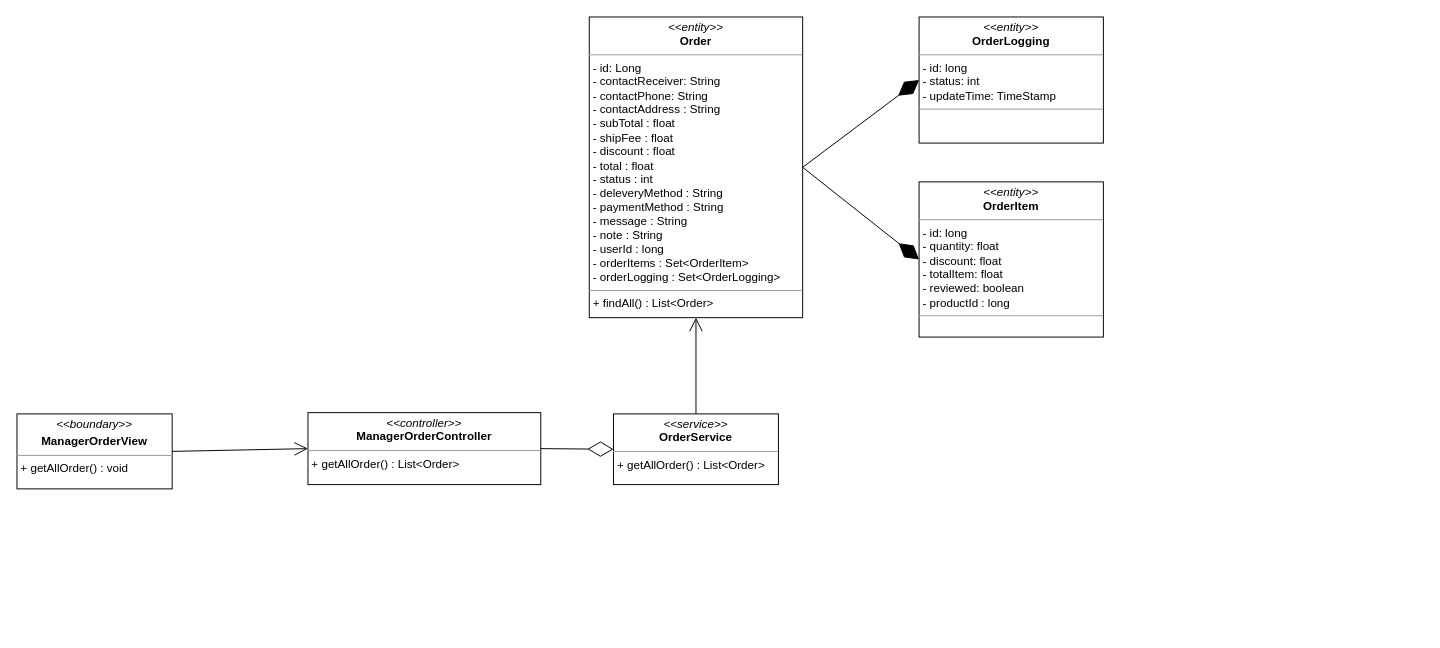
Earlier version of the draw.io diagram class diagram/manager-order-class-diagram.drawio (nguyenphamvan/datn_20202). Source tidied: cells renumbered, new cells numbered last; positions are measured from the earlier drawing's top-left corner, leaving out a move shared by most shapes. Both pictures are drawn from the tidied source at 97%, with x=0, y=0 at pixel (16, 16).
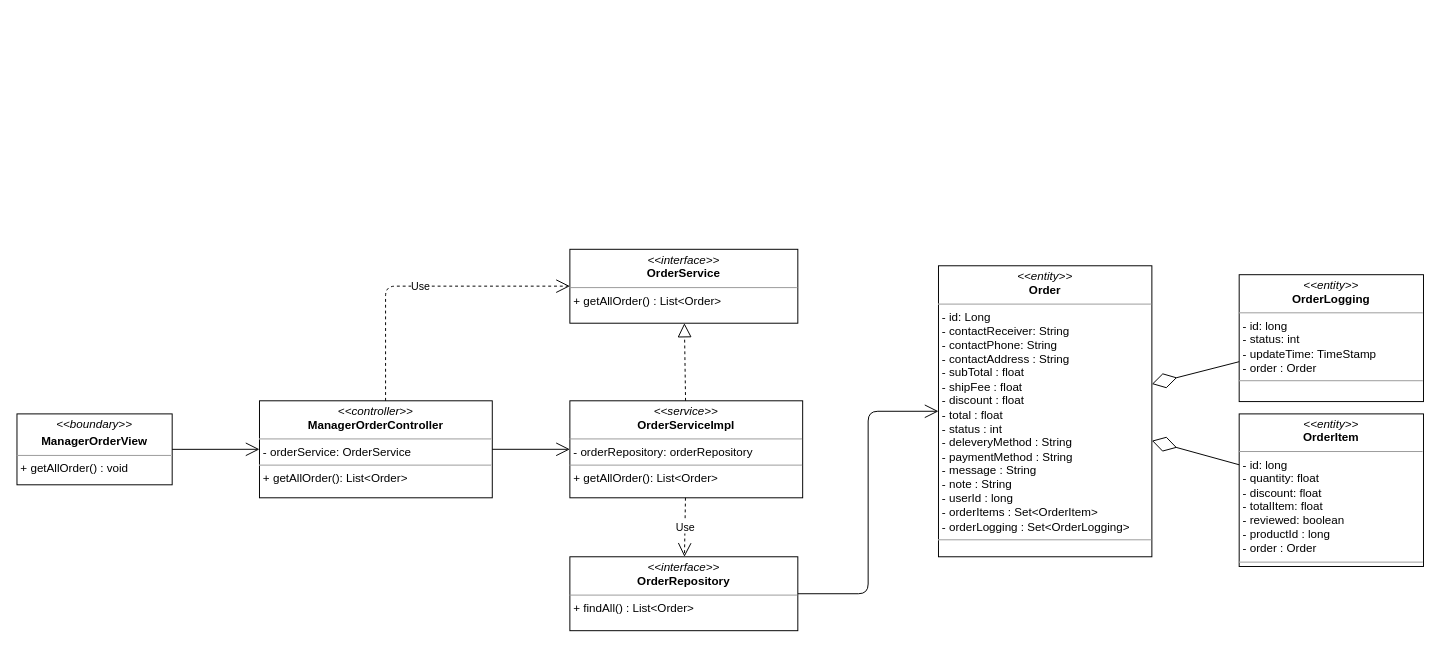
The same diagram, later.

Change to the diagram source:
```diff
@@
 <mxGraphModel>
   <root>
     <mxCell id="0" />
     <mxCell id="1" parent="0" />
-    <mxCell id="2" value="&lt;p style=&quot;margin: 0px ; margin-top: 4px ; text-align: center&quot;&gt;&lt;i&gt;&amp;lt;&amp;lt;boundary&amp;gt;&amp;gt;&lt;/i&gt;&lt;/p&gt;&lt;p style=&quot;margin: 0px ; margin-top: 4px ; text-align: center&quot;&gt;&lt;b&gt;ManagerOrderView&lt;/b&gt;&lt;/p&gt;&lt;hr size=&quot;1&quot;&gt;&lt;p style=&quot;margin: 0px ; margin-left: 4px&quot;&gt;&lt;span&gt;+ getAllOrder() : void&lt;/span&gt;&lt;/p&gt;" style="verticalAlign=top;align=left;overflow=fill;fontSize=12;fontFamily=Helvetica;html=1;" parent="1" vertex="1">
-      <mxGeometry y="409.2" width="160" height="77.3" as="geometry" />
+    <mxCell id="2" value="&lt;p style=&quot;margin: 0px ; margin-top: 4px ; text-align: center&quot;&gt;&lt;i&gt;&amp;lt;&amp;lt;boundary&amp;gt;&amp;gt;&lt;/i&gt;&lt;/p&gt;&lt;p style=&quot;margin: 0px ; margin-top: 4px ; text-align: center&quot;&gt;&lt;b&gt;ManagerOrderView&lt;/b&gt;&lt;/p&gt;&lt;hr size=&quot;1&quot;&gt;&lt;p style=&quot;margin: 0px ; margin-left: 4px&quot;&gt;&lt;span&gt;+ getAllOrder() : void&lt;/span&gt;&lt;br&gt;&lt;/p&gt;" style="verticalAlign=top;align=left;overflow=fill;fontSize=12;fontFamily=Helvetica;html=1;" parent="1" vertex="1">
+      <mxGeometry y="409.2" width="160" height="73.1" as="geometry" />
     </mxCell>
-    <mxCell id="3" value="&lt;p style=&quot;margin: 0px ; margin-top: 4px ; text-align: center&quot;&gt;&lt;i&gt;&amp;lt;&amp;lt;controller&amp;gt;&amp;gt;&lt;/i&gt;&lt;br&gt;&lt;b&gt;ManagerOrderController&lt;/b&gt;&lt;/p&gt;&lt;hr size=&quot;1&quot;&gt;&lt;p style=&quot;margin: 0px ; margin-left: 4px&quot;&gt;&lt;span&gt;+ getAllOrder() : List&amp;lt;Order&amp;gt;&lt;/span&gt;&lt;/p&gt;" style="verticalAlign=top;align=left;overflow=fill;fontSize=12;fontFamily=Helvetica;html=1;" parent="1" vertex="1">
-      <mxGeometry x="300" y="407.9" width="240" height="74.2" as="geometry" />
-    </mxCell>
-    <mxCell id="4" value="&lt;p style=&quot;margin: 0px ; margin-top: 4px ; text-align: center&quot;&gt;&lt;i&gt;&amp;lt;&amp;lt;service&amp;gt;&amp;gt;&lt;/i&gt;&lt;br&gt;&lt;b&gt;OrderService&lt;/b&gt;&lt;/p&gt;&lt;hr size=&quot;1&quot;&gt;&lt;p style=&quot;margin: 0px ; margin-left: 4px&quot;&gt;&lt;span&gt;+ getAllOrder() : List&amp;lt;Order&amp;gt;&lt;/span&gt;&lt;/p&gt;" style="verticalAlign=top;align=left;overflow=fill;fontSize=12;fontFamily=Helvetica;html=1;" parent="1" vertex="1">
-      <mxGeometry x="615" y="409.2" width="170" height="72.9" as="geometry" />
-    </mxCell>
-    <mxCell id="5" style="endArrow=open;endFill=1;endSize=12;html=1;entryX=0;entryY=0.5;entryDx=0;entryDy=0;exitX=1;exitY=0.5;exitDx=0;exitDy=0;" parent="1" edge="1" source="2" target="3">
-      <mxGeometry relative="1" as="geometry" />
-    </mxCell>
-    <mxCell id="6" style="endArrow=diamondThin;endFill=0;endSize=24;html=1;entryX=0;entryY=0.5;entryDx=0;entryDy=0;exitX=1;exitY=0.5;exitDx=0;exitDy=0;" parent="1" edge="1" source="3" target="4">
-      <mxGeometry relative="1" as="geometry" />
-    </mxCell>
-    <mxCell id="7" style="endArrow=open;endFill=1;endSize=12;html=1;exitX=0.5;exitY=0;exitDx=0;exitDy=0;entryX=0.5;entryY=1;entryDx=0;entryDy=0;" parent="1" edge="1" source="4" target="8">
-      <mxGeometry relative="1" as="geometry" />
-    </mxCell>
-    <mxCell id="8" value="&lt;p style=&quot;margin: 0px ; margin-top: 4px ; text-align: center&quot;&gt;&lt;i&gt;&amp;lt;&amp;lt;entity&amp;gt;&amp;gt;&lt;/i&gt;&lt;br&gt;&lt;b&gt;Order&lt;/b&gt;&lt;/p&gt;&lt;hr size=&quot;1&quot;&gt;&lt;p style=&quot;margin: 0px ; margin-left: 4px&quot;&gt;- id: Long&lt;/p&gt;&lt;p style=&quot;margin: 0px 0px 0px 4px&quot;&gt;- contactReceiver: String&lt;br&gt;- contactPhone: String&lt;/p&gt;&lt;p style=&quot;margin: 0px 0px 0px 4px&quot;&gt;- contactAddress : String&lt;/p&gt;&lt;p style=&quot;margin: 0px 0px 0px 4px&quot;&gt;- subTotal : float&lt;/p&gt;&lt;p style=&quot;margin: 0px 0px 0px 4px&quot;&gt;- shipFee : float&lt;/p&gt;&lt;p style=&quot;margin: 0px 0px 0px 4px&quot;&gt;- discount : float&lt;/p&gt;&lt;p style=&quot;margin: 0px 0px 0px 4px&quot;&gt;- total : float&lt;/p&gt;&lt;p style=&quot;margin: 0px 0px 0px 4px&quot;&gt;- status : int&lt;/p&gt;&lt;p style=&quot;margin: 0px 0px 0px 4px&quot;&gt;- deleveryMethod : String&lt;/p&gt;&lt;p style=&quot;margin: 0px 0px 0px 4px&quot;&gt;- paymentMethod : String&lt;/p&gt;&lt;p style=&quot;margin: 0px 0px 0px 4px&quot;&gt;- message : String&lt;/p&gt;&lt;p style=&quot;margin: 0px 0px 0px 4px&quot;&gt;- note : String&lt;/p&gt;&lt;p style=&quot;margin: 0px 0px 0px 4px&quot;&gt;- userId : long&lt;/p&gt;&lt;p style=&quot;margin: 0px 0px 0px 4px&quot;&gt;- orderItems : Set&amp;lt;OrderItem&amp;gt;&lt;/p&gt;&lt;p style=&quot;margin: 0px 0px 0px 4px&quot;&gt;- orderLogging : Set&amp;lt;OrderLogging&amp;gt;&amp;nbsp;&lt;/p&gt;&lt;hr size=&quot;1&quot;&gt;&lt;p style=&quot;margin: 0px ; margin-left: 4px&quot;&gt;+ findAll() : List&amp;lt;Order&amp;gt;&lt;/p&gt;" style="verticalAlign=top;align=left;overflow=fill;fontSize=12;fontFamily=Helvetica;html=1;" parent="1" vertex="1">
-      <mxGeometry x="590" width="220" height="310" as="geometry" />
-    </mxCell>
-    <mxCell id="9" value="&lt;p style=&quot;margin: 0px ; margin-top: 4px ; text-align: center&quot;&gt;&lt;i&gt;&amp;lt;&amp;lt;entity&amp;gt;&amp;gt;&lt;/i&gt;&lt;br&gt;&lt;b&gt;OrderItem&lt;/b&gt;&lt;/p&gt;&lt;hr size=&quot;1&quot;&gt;&lt;p style=&quot;margin: 0px ; margin-left: 4px&quot;&gt;- id: long&lt;/p&gt;&lt;p style=&quot;margin: 0px ; margin-left: 4px&quot;&gt;- quantity: float&lt;br&gt;- discount: float&lt;/p&gt;&lt;p style=&quot;margin: 0px ; margin-left: 4px&quot;&gt;- totalItem: float&lt;/p&gt;&lt;p style=&quot;margin: 0px ; margin-left: 4px&quot;&gt;- reviewed: boolean&lt;/p&gt;&lt;p style=&quot;margin: 0px ; margin-left: 4px&quot;&gt;- productId : long&lt;/p&gt;&lt;hr size=&quot;1&quot;&gt;&lt;p style=&quot;margin: 0px ; margin-left: 4px&quot;&gt;&lt;br&gt;&lt;/p&gt;" style="verticalAlign=top;align=left;overflow=fill;fontSize=12;fontFamily=Helvetica;html=1;" parent="1" vertex="1">
-      <mxGeometry x="930" y="170" width="190" height="160" as="geometry" />
-    </mxCell>
-    <mxCell id="10" value="&lt;p style=&quot;margin: 0px ; margin-top: 4px ; text-align: center&quot;&gt;&lt;i&gt;&amp;lt;&amp;lt;entity&amp;gt;&amp;gt;&lt;/i&gt;&lt;br&gt;&lt;b&gt;OrderLogging&lt;/b&gt;&lt;/p&gt;&lt;hr size=&quot;1&quot;&gt;&lt;p style=&quot;margin: 0px ; margin-left: 4px&quot;&gt;- id: long&lt;/p&gt;&lt;p style=&quot;margin: 0px ; margin-left: 4px&quot;&gt;- status: int&lt;br&gt;- updateTime: TimeStamp&lt;/p&gt;&lt;hr size=&quot;1&quot;&gt;&lt;p style=&quot;margin: 0px ; margin-left: 4px&quot;&gt;&lt;br&gt;&lt;/p&gt;" style="verticalAlign=top;align=left;overflow=fill;fontSize=12;fontFamily=Helvetica;html=1;" parent="1" vertex="1">
-      <mxGeometry x="930" width="190" height="130" as="geometry" />
-    </mxCell>
-    <mxCell id="11" style="endArrow=diamondThin;endFill=1;endSize=24;html=1;entryX=0;entryY=0.5;entryDx=0;entryDy=0;exitX=1;exitY=0.5;exitDx=0;exitDy=0;" parent="1" edge="1" source="8" target="10">
-      <mxGeometry relative="1" as="geometry" />
-    </mxCell>
-    <mxCell id="12" style="endArrow=diamondThin;endFill=1;endSize=24;html=1;exitX=1;exitY=0.5;exitDx=0;exitDy=0;entryX=0;entryY=0.5;entryDx=0;entryDy=0;" parent="1" edge="1" source="8" target="9">
-      <mxGeometry relative="1" as="geometry" />
-    </mxCell>
+    <mxCell id="13" style="endArrow=open;endFill=1;endSize=12;html=1;entryX=0;entryY=0.5;entryDx=0;entryDy=0;exitX=1;exitY=0.5;exitDx=0;exitDy=0;" parent="1" edge="1" source="2" target="17">
+      <mxGeometry relative="1" as="geometry" />
+    </mxCell>
+    <mxCell id="14" style="endArrow=open;endFill=1;endSize=12;html=1;exitX=1;exitY=0.5;exitDx=0;exitDy=0;edgeStyle=orthogonalEdgeStyle;" parent="1" edge="1" source="15" target="23">
+      <mxGeometry relative="1" as="geometry" />
+    </mxCell>
+    <mxCell id="15" value="&lt;p style=&quot;margin: 0px ; margin-top: 4px ; text-align: center&quot;&gt;&lt;i&gt;&amp;lt;&amp;lt;interface&amp;gt;&amp;gt;&lt;/i&gt;&lt;br&gt;&lt;b&gt;OrderRepository&lt;/b&gt;&lt;/p&gt;&lt;hr size=&quot;1&quot;&gt;&lt;p style=&quot;margin: 0px ; margin-left: 4px&quot;&gt;+ findAll() : List&amp;lt;Order&amp;gt;&lt;/p&gt;" style="verticalAlign=top;align=left;overflow=fill;fontSize=12;fontFamily=Helvetica;html=1;" parent="1" vertex="1">
+      <mxGeometry x="570" y="556.5" width="235" height="76.2" as="geometry" />
+    </mxCell>
+    <mxCell id="16" value="&lt;p style=&quot;margin: 0px ; margin-top: 4px ; text-align: center&quot;&gt;&lt;i&gt;&amp;lt;&amp;lt;interface&amp;gt;&amp;gt;&lt;/i&gt;&lt;br&gt;&lt;b&gt;OrderService&lt;/b&gt;&lt;/p&gt;&lt;hr size=&quot;1&quot;&gt;&lt;p style=&quot;margin: 0px ; margin-left: 4px&quot;&gt;+ getAllOrder() : List&amp;lt;Order&amp;gt;&lt;/p&gt;" style="verticalAlign=top;align=left;overflow=fill;fontSize=12;fontFamily=Helvetica;html=1;" parent="1" vertex="1">
+      <mxGeometry x="570" y="239.5" width="235" height="76.2" as="geometry" />
+    </mxCell>
+    <mxCell id="17" value="&lt;p style=&quot;margin: 0px ; margin-top: 4px ; text-align: center&quot;&gt;&lt;i&gt;&amp;lt;&amp;lt;controller&amp;gt;&amp;gt;&lt;/i&gt;&lt;br&gt;&lt;b&gt;ManagerOrderController&lt;/b&gt;&lt;br&gt;&lt;/p&gt;&lt;hr size=&quot;1&quot;&gt;&lt;p style=&quot;margin: 0px ; margin-left: 4px&quot;&gt;- orderService: OrderService&lt;br&gt;&lt;/p&gt;&lt;hr size=&quot;1&quot;&gt;&lt;p style=&quot;margin: 0px ; margin-left: 4px&quot;&gt;+ getAllOrder(): List&amp;lt;Order&amp;gt;&lt;br&gt;&lt;/p&gt;" style="verticalAlign=top;align=left;overflow=fill;fontSize=12;fontFamily=Helvetica;html=1;" parent="1" vertex="1">
+      <mxGeometry x="250" y="395.7" width="240" height="100" as="geometry" />
+    </mxCell>
+    <mxCell id="18" value="&lt;p style=&quot;margin: 0px ; margin-top: 4px ; text-align: center&quot;&gt;&lt;i&gt;&amp;lt;&amp;lt;service&amp;gt;&amp;gt;&lt;/i&gt;&lt;br&gt;&lt;b&gt;OrderServiceImpl&lt;/b&gt;&lt;/p&gt;&lt;hr size=&quot;1&quot;&gt;&lt;p style=&quot;margin: 0px ; margin-left: 4px&quot;&gt;- orderRepository: orderRepository&lt;br&gt;&lt;/p&gt;&lt;hr size=&quot;1&quot;&gt;&lt;p style=&quot;margin: 0px ; margin-left: 4px&quot;&gt;+ getAllOrder(): List&amp;lt;Order&amp;gt;&lt;br&gt;&lt;/p&gt;" style="verticalAlign=top;align=left;overflow=fill;fontSize=12;fontFamily=Helvetica;html=1;" parent="1" vertex="1">
+      <mxGeometry x="570" y="395.7" width="240" height="100" as="geometry" />
+    </mxCell>
+    <mxCell id="19" value="Use" style="endArrow=open;endSize=12;dashed=1;html=1;edgeStyle=orthogonalEdgeStyle;" parent="1" edge="1" source="17" target="16">
+      <mxGeometry relative="1" as="geometry">
+        <Array as="points">
+          <mxPoint x="380" y="277.5" />
+        </Array>
+      </mxGeometry>
+    </mxCell>
+    <mxCell id="20" style="endArrow=block;dashed=1;endFill=0;endSize=12;html=1;" parent="1" edge="1" source="18" target="16">
+      <mxGeometry relative="1" as="geometry" />
+    </mxCell>
+    <mxCell id="21" value="Use" style="endArrow=open;endSize=12;dashed=1;html=1;" parent="1" edge="1" source="18" target="15">
+      <mxGeometry relative="1" as="geometry" />
+    </mxCell>
+    <mxCell id="22" style="endArrow=open;endFill=1;endSize=12;html=1;" parent="1" edge="1" source="17" target="18">
+      <mxGeometry relative="1" as="geometry" />
+    </mxCell>
+    <mxCell id="23" value="&lt;p style=&quot;margin: 0px ; margin-top: 4px ; text-align: center&quot;&gt;&lt;i&gt;&amp;lt;&amp;lt;entity&amp;gt;&amp;gt;&lt;/i&gt;&lt;br&gt;&lt;b&gt;Order&lt;/b&gt;&lt;/p&gt;&lt;hr size=&quot;1&quot;&gt;&lt;p style=&quot;margin: 0px ; margin-left: 4px&quot;&gt;- id: Long&lt;/p&gt;&lt;p style=&quot;margin: 0px 0px 0px 4px&quot;&gt;- contactReceiver: String&lt;br&gt;- contactPhone: String&lt;/p&gt;&lt;p style=&quot;margin: 0px 0px 0px 4px&quot;&gt;- contactAddress : String&lt;/p&gt;&lt;p style=&quot;margin: 0px 0px 0px 4px&quot;&gt;- subTotal : float&lt;/p&gt;&lt;p style=&quot;margin: 0px 0px 0px 4px&quot;&gt;- shipFee : float&lt;/p&gt;&lt;p style=&quot;margin: 0px 0px 0px 4px&quot;&gt;- discount : float&lt;/p&gt;&lt;p style=&quot;margin: 0px 0px 0px 4px&quot;&gt;- total : float&lt;/p&gt;&lt;p style=&quot;margin: 0px 0px 0px 4px&quot;&gt;- status : int&lt;/p&gt;&lt;p style=&quot;margin: 0px 0px 0px 4px&quot;&gt;- deleveryMethod : String&lt;/p&gt;&lt;p style=&quot;margin: 0px 0px 0px 4px&quot;&gt;- paymentMethod : String&lt;/p&gt;&lt;p style=&quot;margin: 0px 0px 0px 4px&quot;&gt;- message : String&lt;/p&gt;&lt;p style=&quot;margin: 0px 0px 0px 4px&quot;&gt;- note : String&lt;/p&gt;&lt;p style=&quot;margin: 0px 0px 0px 4px&quot;&gt;- userId : long&lt;/p&gt;&lt;p style=&quot;margin: 0px 0px 0px 4px&quot;&gt;- orderItems : Set&amp;lt;OrderItem&amp;gt;&lt;/p&gt;&lt;p style=&quot;margin: 0px 0px 0px 4px&quot;&gt;- orderLogging : Set&amp;lt;OrderLogging&amp;gt;&amp;nbsp;&lt;/p&gt;&lt;hr size=&quot;1&quot;&gt;&lt;p style=&quot;margin: 0px ; margin-left: 4px&quot;&gt;&lt;br&gt;&lt;/p&gt;" style="verticalAlign=top;align=left;overflow=fill;fontSize=12;fontFamily=Helvetica;html=1;" parent="1" vertex="1">
+      <mxGeometry x="950" y="256.5" width="220" height="300" as="geometry" />
+    </mxCell>
+    <mxCell id="24" value="&lt;p style=&quot;margin: 0px ; margin-top: 4px ; text-align: center&quot;&gt;&lt;i&gt;&amp;lt;&amp;lt;entity&amp;gt;&amp;gt;&lt;/i&gt;&lt;br&gt;&lt;b&gt;OrderItem&lt;/b&gt;&lt;/p&gt;&lt;hr size=&quot;1&quot;&gt;&lt;p style=&quot;margin: 0px ; margin-left: 4px&quot;&gt;- id: long&lt;/p&gt;&lt;p style=&quot;margin: 0px ; margin-left: 4px&quot;&gt;- quantity: float&lt;br&gt;- discount: float&lt;/p&gt;&lt;p style=&quot;margin: 0px ; margin-left: 4px&quot;&gt;- totalItem: float&lt;/p&gt;&lt;p style=&quot;margin: 0px ; margin-left: 4px&quot;&gt;- reviewed: boolean&lt;/p&gt;&lt;p style=&quot;margin: 0px ; margin-left: 4px&quot;&gt;- productId : long&lt;/p&gt;&lt;p style=&quot;margin: 0px ; margin-left: 4px&quot;&gt;- order : Order&lt;/p&gt;&lt;hr size=&quot;1&quot;&gt;&lt;p style=&quot;margin: 0px ; margin-left: 4px&quot;&gt;&lt;br&gt;&lt;/p&gt;" style="verticalAlign=top;align=left;overflow=fill;fontSize=12;fontFamily=Helvetica;html=1;" parent="1" vertex="1">
+      <mxGeometry x="1260" y="409.2" width="190" height="157.3" as="geometry" />
+    </mxCell>
+    <mxCell id="25" value="&lt;p style=&quot;margin: 0px ; margin-top: 4px ; text-align: center&quot;&gt;&lt;i&gt;&amp;lt;&amp;lt;entity&amp;gt;&amp;gt;&lt;/i&gt;&lt;br&gt;&lt;b&gt;OrderLogging&lt;/b&gt;&lt;/p&gt;&lt;hr size=&quot;1&quot;&gt;&lt;p style=&quot;margin: 0px ; margin-left: 4px&quot;&gt;- id: long&lt;/p&gt;&lt;p style=&quot;margin: 0px ; margin-left: 4px&quot;&gt;- status: int&lt;br&gt;- updateTime: TimeStamp&lt;/p&gt;&lt;p style=&quot;margin: 0px ; margin-left: 4px&quot;&gt;- order : Order&lt;/p&gt;&lt;hr size=&quot;1&quot;&gt;&lt;p style=&quot;margin: 0px ; margin-left: 4px&quot;&gt;&lt;br&gt;&lt;/p&gt;" style="verticalAlign=top;align=left;overflow=fill;fontSize=12;fontFamily=Helvetica;html=1;" parent="1" vertex="1">
+      <mxGeometry x="1260" y="265.7" width="190" height="130.8" as="geometry" />
+    </mxCell>
+    <mxCell id="26" style="endArrow=diamondThin;endFill=0;endSize=24;html=1;" parent="1" edge="1" source="25" target="23">
+      <mxGeometry relative="1" as="geometry" />
+    </mxCell>
+    <mxCell id="27" style="endArrow=diamondThin;endFill=0;endSize=24;html=1;" parent="1" edge="1" source="24" target="23">
+      <mxGeometry relative="1" as="geometry" />
+    </mxCell>
   </root>
 </mxGraphModel>
```
